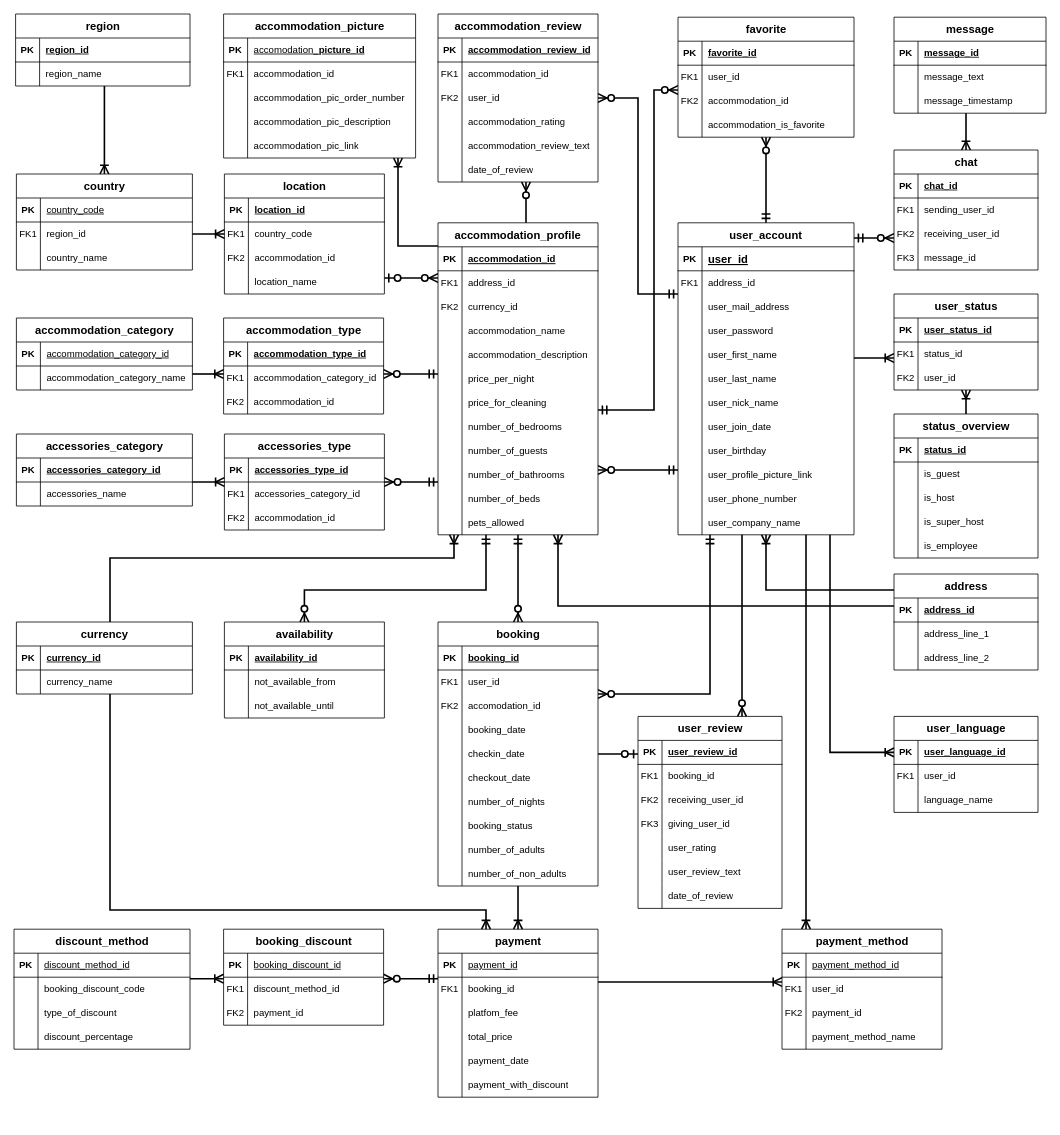
The draw.io diagram Steffbnb.drawio in DaSteff91/SQL_Repo, before the edit. Source tidied: cells renumbered, new cells numbered last; positions are measured from the earlier drawing's top-left corner, leaving out a move shared by most shapes. Both pictures are drawn from the tidied source at 80%, with x=0, y=0 at pixel (14, 14).
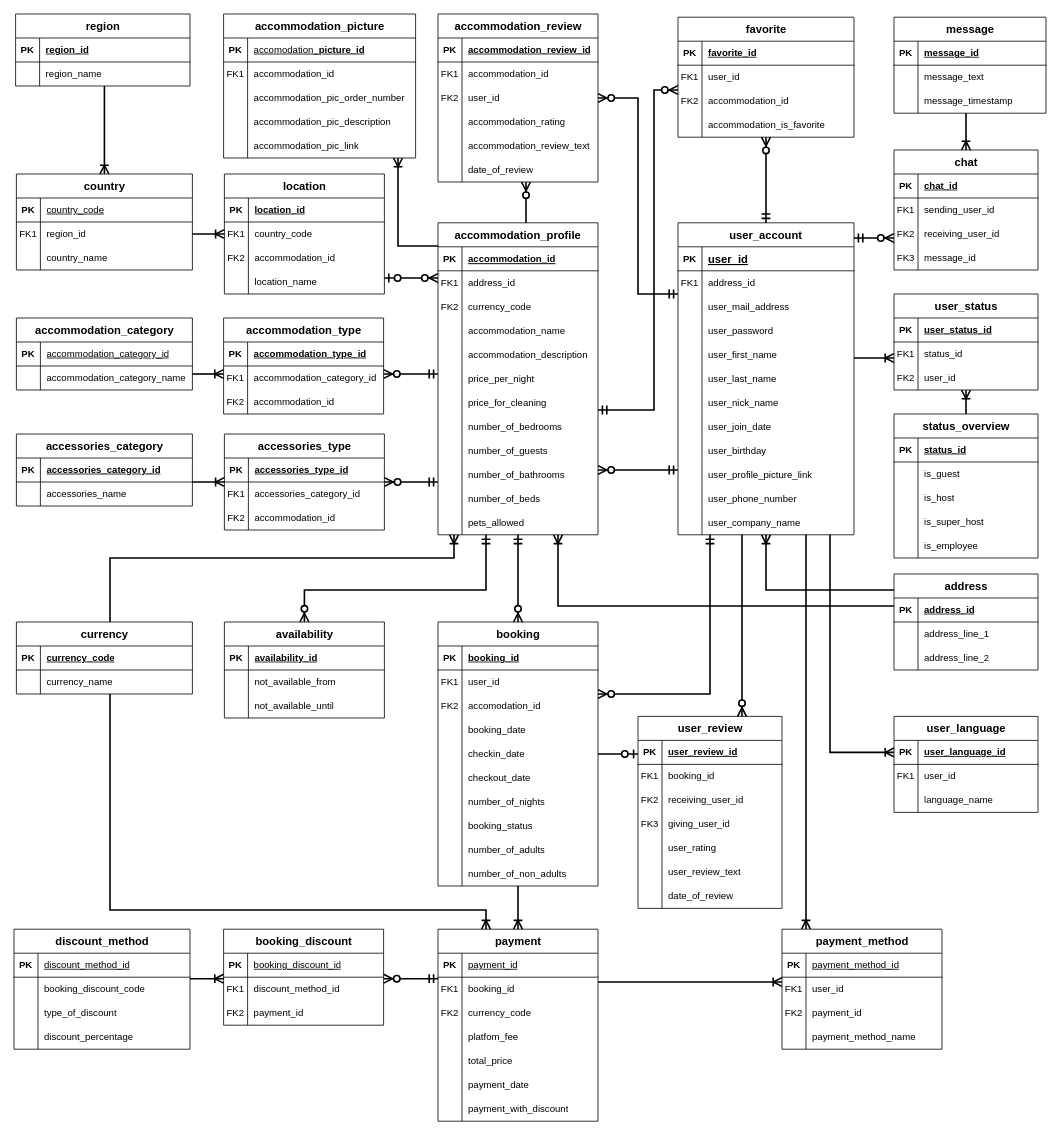
Above is the later version.

Unchanged cells that the change refers to:
```xml
<mxCell id="46" style="shape=partialRectangle;fillColor=none;top=0;left=0;right=0;bottom=0;labelBackgroundColor=none;" parent="39" vertex="1">
  <mxGeometry y="90" width="200" height="30" as="geometry" />
</mxCell>
<mxCell id="406" style="shape=tableRow;horizontal=0;startSize=0;swimlaneHead=0;swimlaneBody=0;fillColor=none;top=0;left=0;right=0;bottom=1;labelBackgroundColor=none;" parent="405" vertex="1">
  <mxGeometry y="30" width="220" height="30" as="geometry" />
</mxCell>
```

What changed in the source:
```diff
@@
-    <mxCell id="48" value="currency_id" style="shape=partialRectangle;overflow=hidden;fillColor=none;top=0;left=0;bottom=0;right=0;align=left;spacingLeft=6;labelBackgroundColor=none;" parent="46" vertex="1">
+    <mxCell id="48" value="currency_code" style="shape=partialRectangle;overflow=hidden;fillColor=none;top=0;left=0;bottom=0;right=0;align=left;spacingLeft=6;labelBackgroundColor=none;" parent="46" vertex="1">
       <mxGeometry x="30" width="170" height="30" as="geometry" />
     </mxCell>
@@
     <mxCell id="275" value="payment" style="shape=table;startSize=30;childLayout=tableLayout;rowLines=0;fontStyle=1;align=center;html=1;fontSize=14;labelBackgroundColor=none;" parent="1" vertex="1">
-      <mxGeometry x="530" y="1144" width="200" height="210" as="geometry" />
+      <mxGeometry x="530" y="1144" width="200" height="240" as="geometry" />
     </mxCell>
@@
+    <mxCell id="414" style="shape=tableRow;horizontal=0;startSize=0;swimlaneHead=0;swimlaneBody=0;fillColor=none;top=0;left=0;right=0;bottom=0;labelBackgroundColor=none;" parent="275" vertex="1">
+      <mxGeometry y="90" width="200" height="30" as="geometry" />
+    </mxCell>
+    <mxCell id="415" value="FK2" style="shape=partialRectangle;fillColor=none;top=0;left=0;bottom=0;right=0;overflow=hidden;whiteSpace=wrap;html=1;labelBackgroundColor=none;" parent="414" vertex="1">
+      <mxGeometry width="30" height="30" as="geometry" />
+    </mxCell>
+    <mxCell id="416" value="currency_code" style="shape=partialRectangle;fillColor=none;top=0;left=0;bottom=0;right=0;align=left;spacingLeft=6;overflow=hidden;whiteSpace=wrap;html=1;labelBackgroundColor=none;" parent="414" vertex="1">
+      <mxGeometry x="30" width="170" height="30" as="geometry" />
+    </mxCell>
     <mxCell id="282" style="shape=tableRow;horizontal=0;startSize=0;swimlaneHead=0;swimlaneBody=0;fillColor=none;top=0;left=0;right=0;bottom=0;labelBackgroundColor=none;" parent="275" vertex="1">
-      <mxGeometry y="90" width="200" height="30" as="geometry" />
+      <mxGeometry y="120" width="200" height="30" as="geometry" />
     </mxCell>
@@
     <mxCell id="285" style="shape=tableRow;horizontal=0;startSize=0;swimlaneHead=0;swimlaneBody=0;fillColor=none;top=0;left=0;right=0;bottom=0;labelBackgroundColor=none;" parent="275" vertex="1">
-      <mxGeometry y="120" width="200" height="30" as="geometry" />
+      <mxGeometry y="150" width="200" height="30" as="geometry" />
     </mxCell>
@@
     <mxCell id="288" style="shape=tableRow;horizontal=0;startSize=0;swimlaneHead=0;swimlaneBody=0;fillColor=none;top=0;left=0;right=0;bottom=0;labelBackgroundColor=none;" parent="275" vertex="1">
-      <mxGeometry y="150" width="200" height="30" as="geometry" />
+      <mxGeometry y="180" width="200" height="30" as="geometry" />
     </mxCell>
@@
     <mxCell id="291" style="shape=tableRow;horizontal=0;startSize=0;swimlaneHead=0;swimlaneBody=0;fillColor=none;top=0;left=0;right=0;bottom=0;labelBackgroundColor=none;" parent="275" vertex="1">
-      <mxGeometry y="180" width="200" height="30" as="geometry" />
+      <mxGeometry y="210" width="200" height="30" as="geometry" />
     </mxCell>
@@
-    <mxCell id="408" value="&lt;div style=&quot;text-align: center;&quot;&gt;&lt;span style=&quot;background-color: initial; text-wrap-mode: nowrap;&quot;&gt;currency_id&lt;/span&gt;&lt;/div&gt;" style="shape=partialRectangle;fillColor=none;top=0;left=0;bottom=0;right=0;align=left;spacingLeft=6;fontStyle=5;overflow=hidden;whiteSpace=wrap;html=1;labelBackgroundColor=none;" parent="406" vertex="1">
+    <mxCell id="408" value="&lt;div style=&quot;text-align: center;&quot;&gt;&lt;span style=&quot;background-color: initial; text-wrap-mode: nowrap;&quot;&gt;currency_code&lt;/span&gt;&lt;/div&gt;" style="shape=partialRectangle;fillColor=none;top=0;left=0;bottom=0;right=0;align=left;spacingLeft=6;fontStyle=5;overflow=hidden;whiteSpace=wrap;html=1;labelBackgroundColor=none;" parent="406" vertex="1">
       <mxGeometry x="30" width="190" height="30" as="geometry" />
     </mxCell>
```
